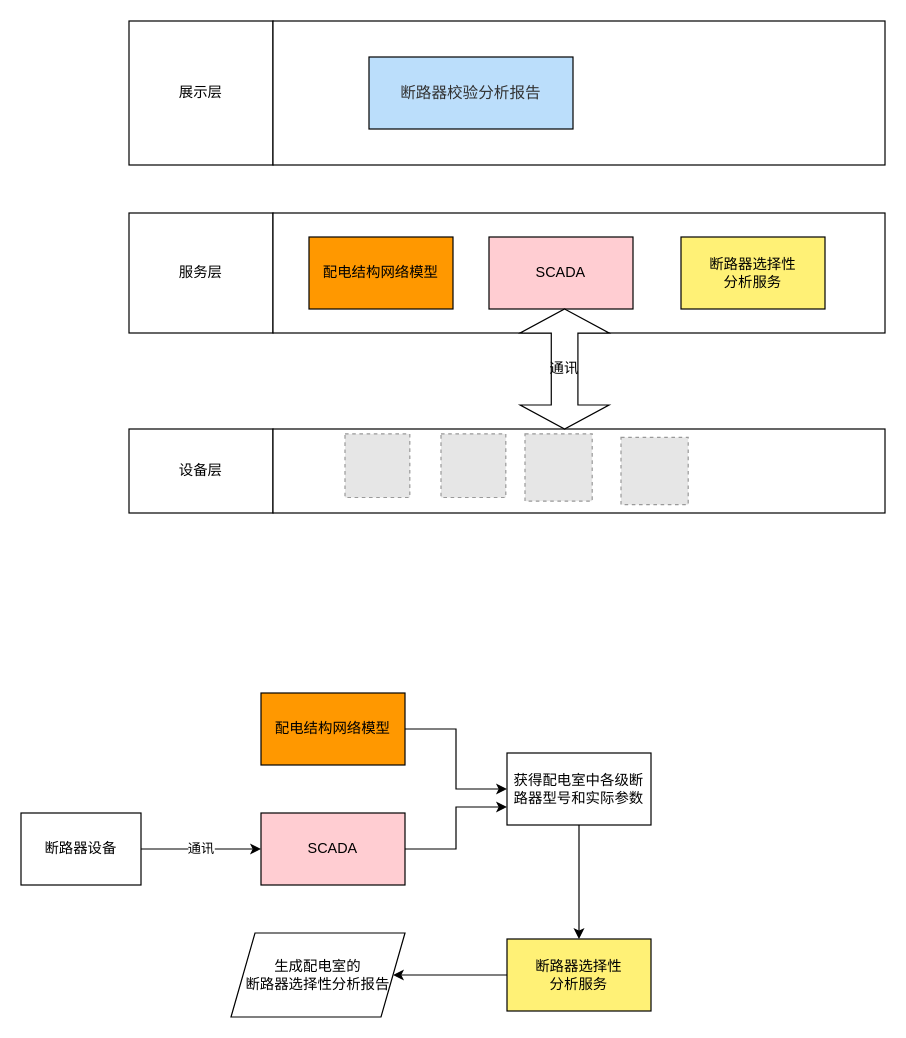
Before: Untitled Diagram.drawio in jonathan2007/LearnGit, a draw.io diagram. Source tidied: cells renumbered, new cells numbered last; positions are measured from the earlier drawing's top-left corner, leaving out a move shared by most shapes. Both pictures are drawn from the tidied source at 120%, with x=0, y=0 at pixel (20, 20). Pictures stored in the file or linked from it are replaced by grey dashed boxes.
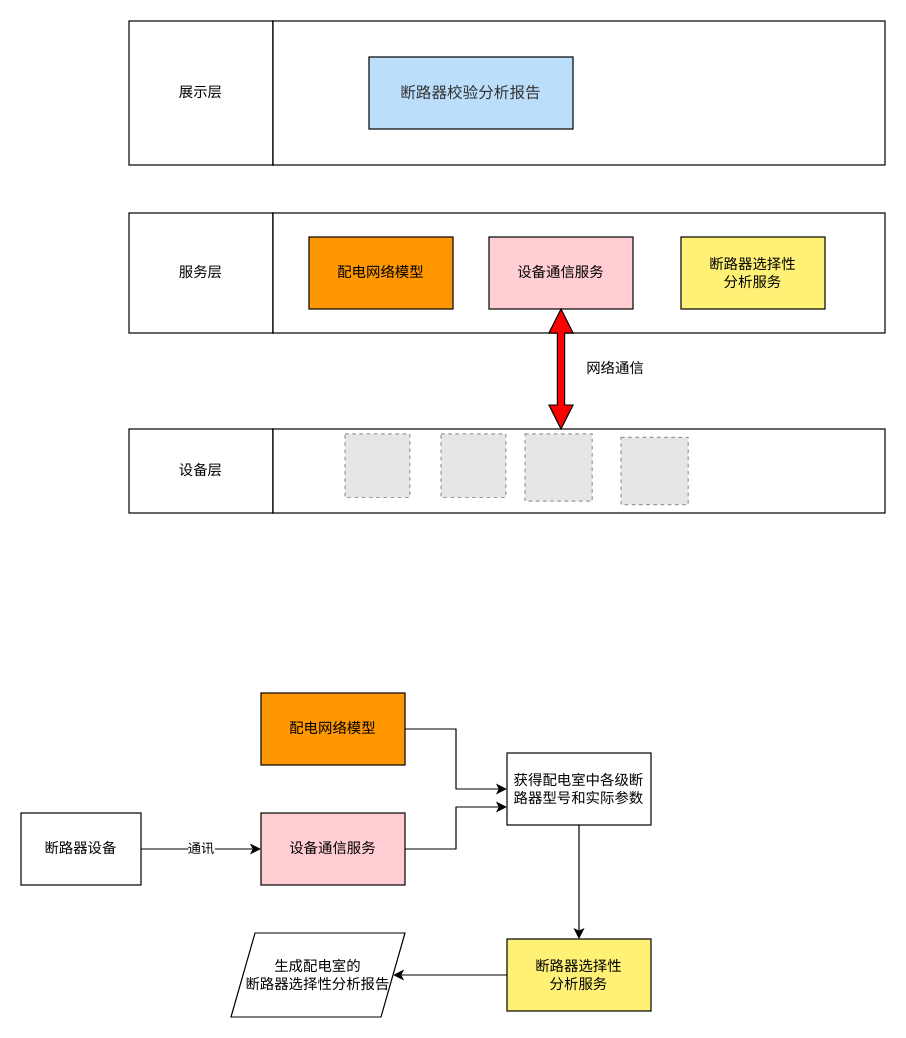
After the change.

Unchanged cells that the change refers to:
```xml
<mxCell id="13" style="group;" parent="1" vertex="1">
  <mxGeometry x="90" y="160" width="630" height="180" as="geometry" />
</mxCell>
```

The edit, as a diff of the source:
```diff
@@
-    <mxCell id="16" value="配电结构网络模型" style="rounded=0;whiteSpace=wrap;html=1;fillColor=#FF9800;" parent="13" vertex="1">
+    <mxCell id="16" value="配电网络模型" style="rounded=0;whiteSpace=wrap;html=1;fillColor=#FF9800;" parent="13" vertex="1">
       <mxGeometry x="150" y="20" width="120" height="60" as="geometry" />
     </mxCell>
@@
-    <mxCell id="18" value="SCADA" style="rounded=0;whiteSpace=wrap;html=1;fillColor=#FFCDD2;" parent="13" vertex="1">
+    <mxCell id="18" value="设备通信服务" style="rounded=0;whiteSpace=wrap;html=1;fillColor=#FFCDD2;" parent="13" vertex="1">
       <mxGeometry x="300" y="20" width="120" height="60" as="geometry" />
     </mxCell>
-    <mxCell id="19" value="通讯&lt;br&gt;" style="shape=doubleArrow;direction=south;whiteSpace=wrap;html=1;" parent="13" vertex="1">
-      <mxGeometry x="326" y="80" width="74" height="100" as="geometry" />
+    <mxCell id="19" style="shape=doubleArrow;direction=south;whiteSpace=wrap;html=1;fillColor=red;" parent="13" vertex="1">
+      <mxGeometry x="350" y="80" width="20" height="100" as="geometry" />
     </mxCell>
+    <mxCell id="31" value="网络通信" style="text;html=1;align=center;verticalAlign=middle;strokeColor=none;fillColor=none;" parent="13" vertex="1">
+      <mxGeometry x="370" y="115" width="70" height="30" as="geometry" />
+    </mxCell>
@@
-    <mxCell id="21" value="配电结构网络模型" style="rounded=0;whiteSpace=wrap;html=1;fillColor=#FF9800;" parent="1" vertex="1">
+    <mxCell id="21" value="配电网络模型" style="rounded=0;whiteSpace=wrap;html=1;fillColor=#FF9800;" parent="1" vertex="1">
       <mxGeometry x="200" y="560" width="120" height="60" as="geometry" />
     </mxCell>
@@
-    <mxCell id="23" value="SCADA" style="rounded=0;whiteSpace=wrap;html=1;fillColor=#FFCDD2;" parent="1" vertex="1">
+    <mxCell id="23" value="设备通信服务" style="rounded=0;whiteSpace=wrap;html=1;fillColor=#FFCDD2;" parent="1" vertex="1">
       <mxGeometry x="200" y="660" width="120" height="60" as="geometry" />
     </mxCell>
```
